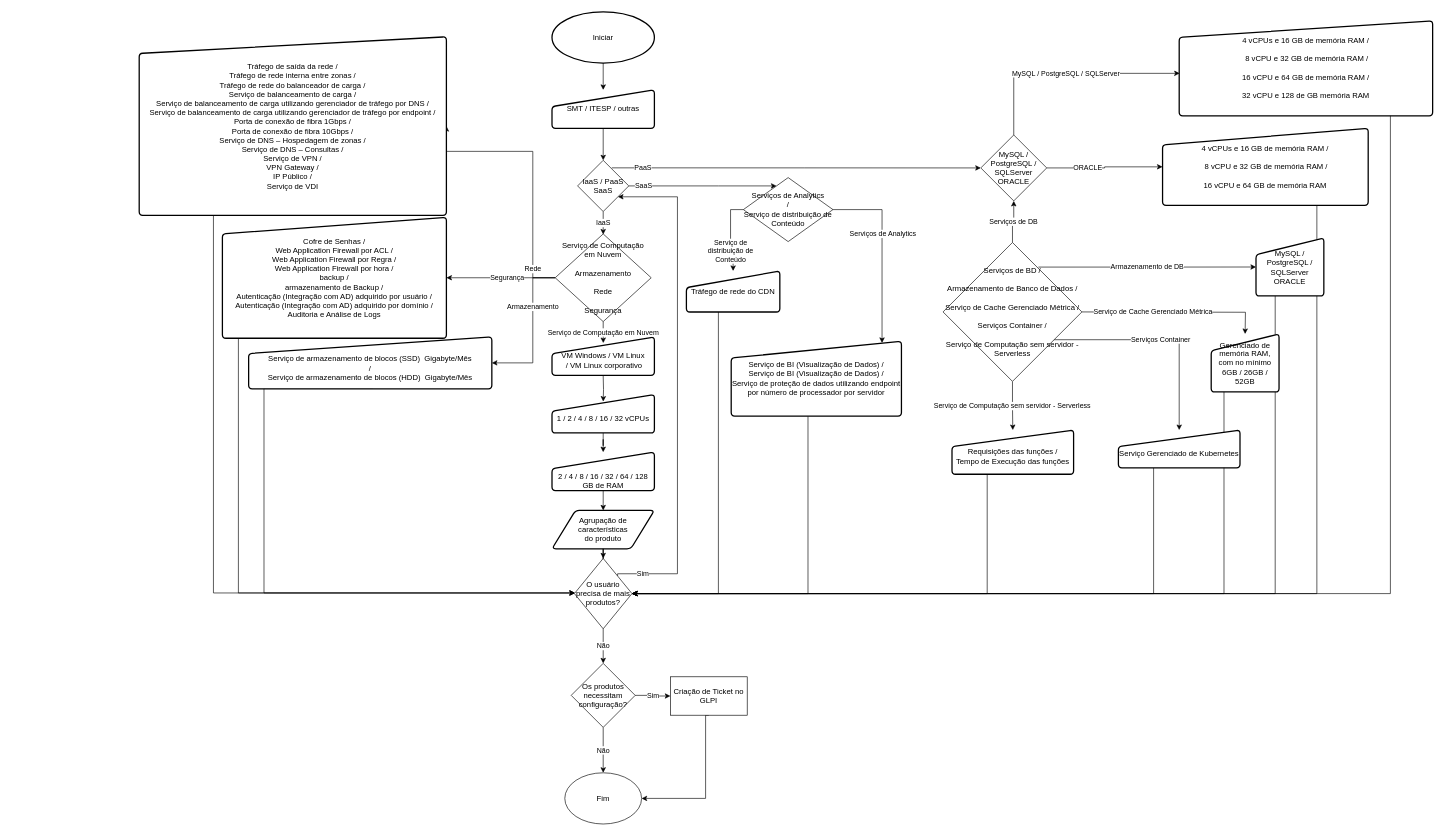
This is Untitled Diagram.drawio from PedroManse/SMTCAT, a draw.io file, before an edit. Source tidied: cells renumbered, new cells numbered last; positions are measured from the earlier drawing's top-left corner, leaving out a move shared by most shapes. Both pictures are drawn from the tidied source at 64%, with x=0, y=0 at pixel (139, 12).
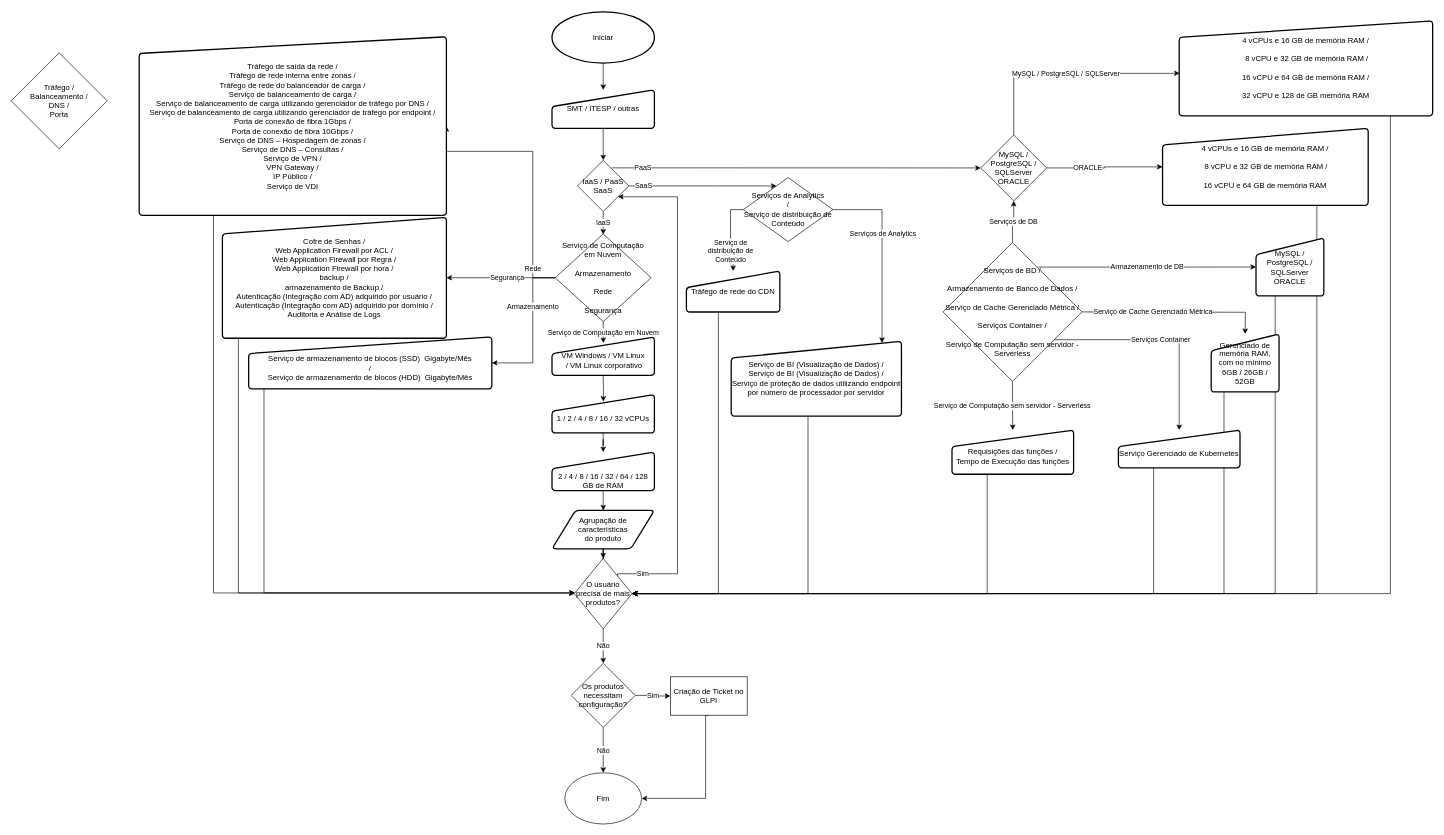
Above is the later version.

What changed in the source:
```diff
@@
+    <mxCell id="66" value="&lt;div&gt;Tráfego /&lt;/div&gt;&lt;div&gt;Balanceamento /&lt;/div&gt;&lt;div&gt;DNS /&lt;br&gt;&lt;/div&gt;&lt;div&gt;Porta&lt;/div&gt;" style="rhombus;whiteSpace=wrap;html=1;" parent="1" vertex="1">
+      <mxGeometry x="-200" y="64" width="150" height="150" as="geometry" />
+    </mxCell>
```
